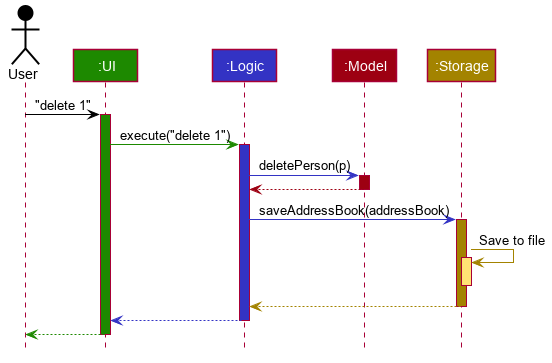
Before: images/ArchitectureSequenceDiagram.png, a diagram exported from PlantUML (AY1920S1-CS2103T-W12-1/main). Source of this version:
```plantuml
@startuml








skinparam BackgroundColor #FFFFFFF

skinparam Shadowing false

skinparam Class {
    FontColor #FFFFFF
    BorderThickness 1
    BorderColor #FFFFFF
    StereotypeFontColor #FFFFFF
    FontName Arial
}

skinparam Actor {
    BorderColor #000000
    Color #000000
    FontName Arial
}

skinparam Sequence {
    MessageAlign center
    BoxFontSize 15
    BoxPadding 0
    BoxFontColor #FFFFFF
    FontName Arial
}

skinparam Participant {
    FontColor #FFFFFFF
    Padding 20
}

skinparam MinClassWidth 50
skinparam ParticipantPadding 10
skinparam Shadowing false
skinparam DefaultTextAlignment center
skinparam packageStyle Rectangle

hide footbox
hide members
hide circle

Actor User as user #000000
Participant ":UI" as ui #1D8900
Participant ":Logic" as logic #3333C4
Participant ":Model" as model #9D0012
Participant ":Storage" as storage #A38300

user -[#000000]> ui : "delete 1"
activate ui #1D8900

ui -[#1D8900]> logic : execute("delete 1")
activate logic #3333C4

logic -[#3333C4]> model : deletePerson(p)
activate model #9D0012

model -[#9D0012]-> logic
deactivate model

logic -[#3333C4]> storage : saveAddressBook(addressBook)
activate storage #A38300

storage -[#A38300]> storage : Save to file
activate storage #FFE374
deactivate storage

storage --[#A38300]> logic
deactivate storage

logic --[#3333C4]> ui
deactivate logic

ui--[#1D8900]> user
deactivate ui
@enduml
```
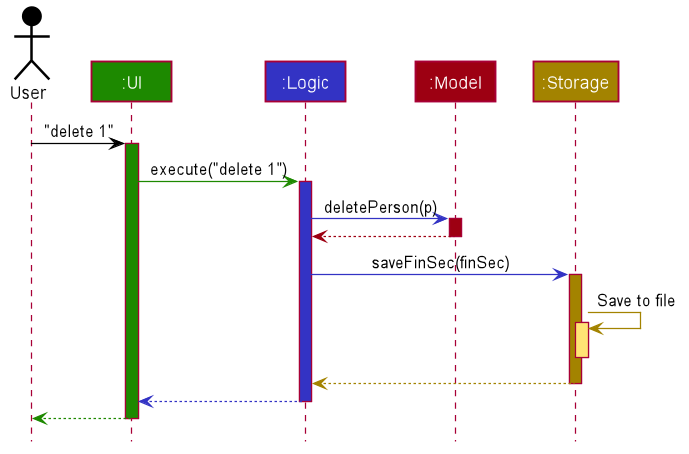
Above is the later version.

What changed in the source:
```diff
@@ -17,6 +17,7 @@
     BorderColor #FFFFFF
     StereotypeFontColor #FFFFFF
     FontName Arial
+    MemberColor #FFFFFF
 }
 
 skinparam Actor {
@@ -66,7 +67,7 @@
 model -[#9D0012]-> logic
 deactivate model
 
-logic -[#3333C4]> storage : saveAddressBook(addressBook)
+logic -[#3333C4]> storage : saveFinSec(finSec)
 activate storage #A38300
 
 storage -[#A38300]> storage : Save to file
```
